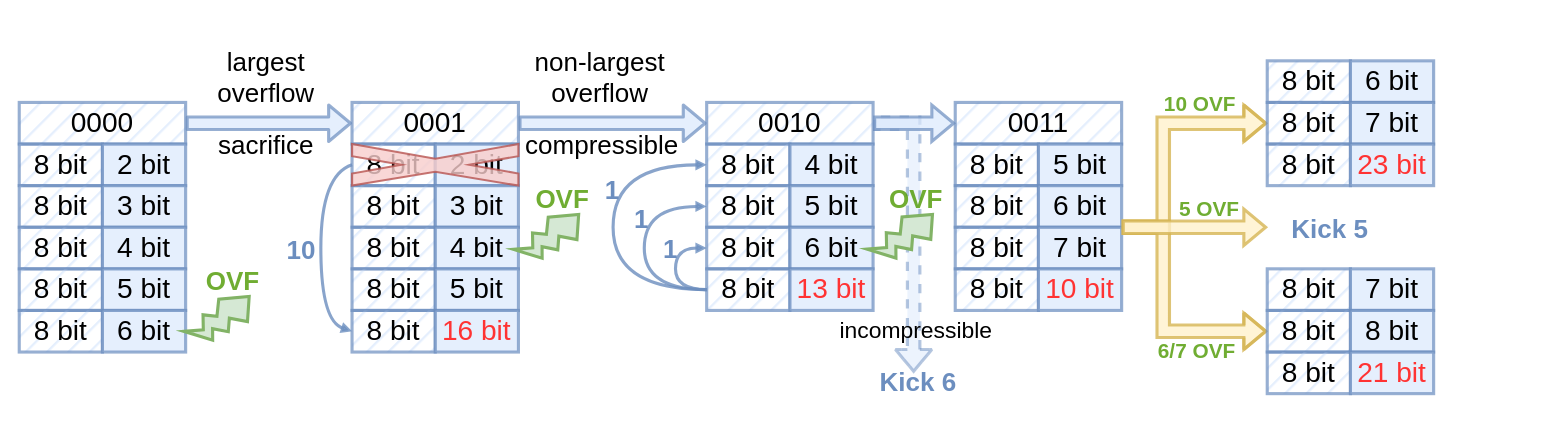
Before: page "running" (4 of 10) of EC.drawio in sql0316/hello-world, a draw.io diagram. Source tidied: cells renumbered, new cells numbered last; positions are measured from the earlier drawing's top-left corner, leaving out a move shared by most shapes. Both pictures are drawn from the tidied source at 104%, with x=0, y=0 at pixel (19, 40).
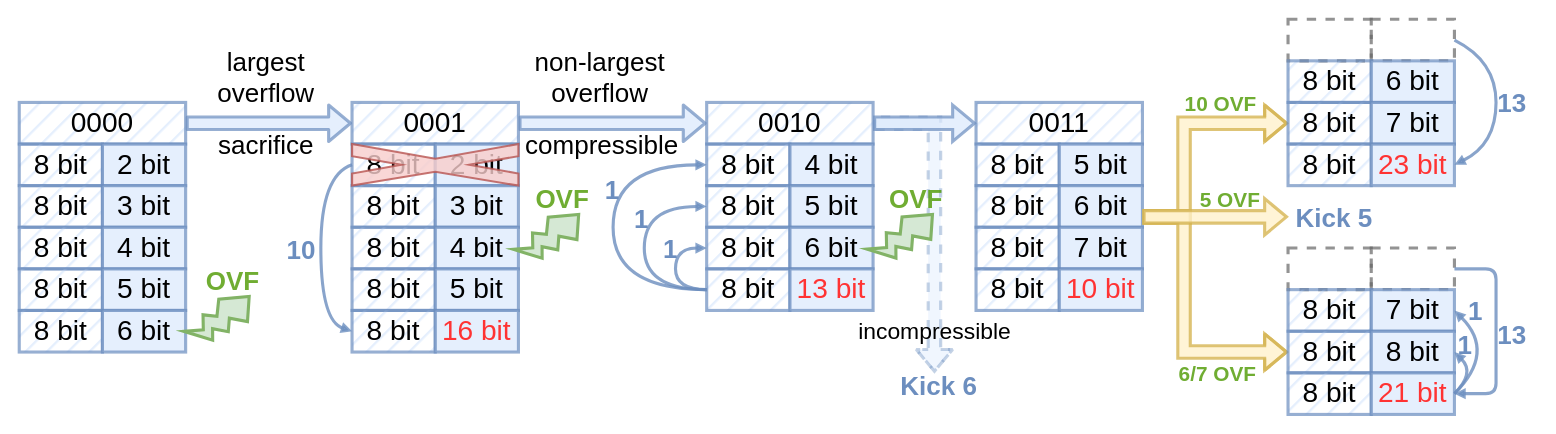
After the change.

Unchanged cells that the change refers to:
```xml
<mxCell id="29" value="&lt;font style=&quot;font-size: 27px;&quot;&gt;&lt;font style=&quot;font-size: 27px;&quot;&gt;0010&lt;/font&gt;&lt;br style=&quot;font-size: 27px;&quot;&gt;&lt;/font&gt;" style="rounded=0;whiteSpace=wrap;html=1;fontFamily=Helvetica;strokeWidth=3;fillColor=#dae8fc;strokeColor=#6c8ebf;fontSize=27;fillStyle=hatch;opacity=70;" parent="1" vertex="1">
  <mxGeometry x="661" y="60" width="160" height="40" as="geometry" />
</mxCell>
```

Change to the diagram source:
```diff
@@
+    <mxCell id="86" value="&lt;font style=&quot;font-size: 27px;&quot;&gt;&lt;br style=&quot;font-size: 27px;&quot;&gt;&lt;/font&gt;" style="rounded=0;whiteSpace=wrap;html=1;fontFamily=Helvetica;strokeWidth=3;fillColor=none;strokeColor=#666666;fontSize=27;fillStyle=hatch;opacity=70;fontColor=#333333;dashed=1;" parent="1" vertex="1">
+      <mxGeometry x="1220" y="200" width="80" height="40" as="geometry" />
+    </mxCell>
+    <mxCell id="87" value="&lt;font style=&quot;font-size: 27px;&quot;&gt;&lt;br style=&quot;font-size: 27px;&quot;&gt;&lt;/font&gt;" style="rounded=0;whiteSpace=wrap;html=1;fontFamily=Helvetica;strokeWidth=3;fillColor=none;strokeColor=#666666;fontSize=27;opacity=70;fontColor=#333333;dashed=1;" parent="1" vertex="1">
+      <mxGeometry x="1300" y="200" width="80" height="40" as="geometry" />
+    </mxCell>
+    <mxCell id="88" value="&lt;font style=&quot;font-size: 27px;&quot;&gt;&lt;br style=&quot;font-size: 27px;&quot;&gt;&lt;/font&gt;" style="rounded=0;whiteSpace=wrap;html=1;fontFamily=Helvetica;strokeWidth=3;fillColor=none;strokeColor=#666666;fontSize=27;fillStyle=hatch;opacity=70;fontColor=#333333;dashed=1;" parent="1" vertex="1">
+      <mxGeometry x="1220" y="-20" width="80" height="40" as="geometry" />
+    </mxCell>
+    <mxCell id="89" value="&lt;font style=&quot;font-size: 27px;&quot;&gt;&lt;br style=&quot;font-size: 27px;&quot;&gt;&lt;/font&gt;" style="rounded=0;whiteSpace=wrap;html=1;fontFamily=Helvetica;strokeWidth=3;fillColor=none;strokeColor=#666666;fontSize=27;opacity=70;fontColor=#333333;dashed=1;" parent="1" vertex="1">
+      <mxGeometry x="1300" y="-20" width="80" height="40" as="geometry" />
+    </mxCell>
-    <mxCell id="2" style="jettySize=auto;html=1;startArrow=none;startFill=0;endArrow=block;endFill=0;strokeColor=#6c8ebf;strokeWidth=3;fontStyle=1;jumpStyle=gap;jumpSize=10;rounded=0;fontFamily=Helvetica;fontSize=30;fillColor=#dae8fc;shape=flexArrow;gradientDirection=south;opacity=50;exitX=1;exitY=0.5;exitDx=0;exitDy=0;dashed=1;" parent="1" edge="1" source="29">
+    <mxCell id="2" style="jettySize=auto;html=1;startArrow=none;startFill=0;endArrow=block;endFill=0;strokeColor=#6c8ebf;strokeWidth=3;fontStyle=1;jumpStyle=gap;jumpSize=10;rounded=0;fontFamily=Helvetica;fontSize=30;fillColor=#dae8fc;shape=flexArrow;gradientDirection=south;opacity=40;exitX=1;exitY=0.5;exitDx=0;exitDy=0;dashed=1;" parent="1" edge="1" source="29">
       <mxGeometry relative="1" as="geometry">
-        <mxPoint x="860" y="320" as="targetPoint" />
+        <mxPoint x="880" y="320" as="targetPoint" />
         <Array as="points">
-          <mxPoint x="860" y="80" />
+          <mxPoint x="880" y="80" />
         </Array>
       </mxGeometry>
     </mxCell>
     <mxCell id="3" value="&lt;font style=&quot;font-size: 20px;&quot;&gt;5 OVF&lt;/font&gt;" style="text;html=1;align=center;verticalAlign=middle;fontStyle=1;fontFamily=Helvetica;fontSize=25;strokeWidth=3;fillColor=none;strokeColor=none;gradientColor=#97d077;gradientDirection=south;rotation=0;fontColor=#4D9900;textOpacity=80;" parent="1" vertex="1">
-      <mxGeometry x="1104" y="140" width="80" height="40" as="geometry" />
+      <mxGeometry x="1124" y="131" width="80" height="40" as="geometry" />
     </mxCell>
@@
     <mxCell id="54" value="&lt;font style=&quot;font-size: 27px;&quot;&gt;&lt;font style=&quot;font-size: 27px;&quot;&gt;0011&lt;/font&gt;&lt;br style=&quot;font-size: 27px;&quot;&gt;&lt;/font&gt;" style="rounded=0;whiteSpace=wrap;html=1;fontFamily=Helvetica;strokeWidth=3;fillColor=#dae8fc;strokeColor=#6c8ebf;fontSize=27;fillStyle=hatch;opacity=70;" parent="1" vertex="1">
-      <mxGeometry x="900" y="60" width="160" height="40" as="geometry" />
+      <mxGeometry x="920" y="60" width="160" height="40" as="geometry" />
     </mxCell>
     <mxCell id="55" value="&lt;font style=&quot;font-size: 27px;&quot;&gt;&lt;font style=&quot;font-size: 27px;&quot;&gt;8 bit&lt;/font&gt;&lt;br style=&quot;font-size: 27px;&quot;&gt;&lt;/font&gt;" style="rounded=0;whiteSpace=wrap;html=1;fontFamily=Helvetica;strokeWidth=3;fillColor=#dae8fc;strokeColor=#6c8ebf;fontSize=27;fillStyle=hatch;opacity=70;" parent="1" vertex="1">
-      <mxGeometry x="900" y="100" width="80" height="40" as="geometry" />
+      <mxGeometry x="920" y="100" width="80" height="40" as="geometry" />
     </mxCell>
     <mxCell id="56" value="&lt;font style=&quot;font-size: 27px;&quot;&gt;&lt;font style=&quot;font-size: 27px;&quot;&gt;5 bit&lt;/font&gt;&lt;br style=&quot;font-size: 27px;&quot;&gt;&lt;/font&gt;" style="rounded=0;whiteSpace=wrap;html=1;fontFamily=Helvetica;strokeWidth=3;fillColor=#dae8fc;strokeColor=#6c8ebf;fontSize=27;opacity=70;" parent="1" vertex="1">
-      <mxGeometry x="980" y="100" width="80" height="40" as="geometry" />
+      <mxGeometry x="1000" y="100" width="80" height="40" as="geometry" />
     </mxCell>
     <mxCell id="57" value="&lt;font style=&quot;font-size: 27px;&quot;&gt;&lt;font style=&quot;font-size: 27px;&quot;&gt;8 bit&lt;/font&gt;&lt;br style=&quot;font-size: 27px;&quot;&gt;&lt;/font&gt;" style="rounded=0;whiteSpace=wrap;html=1;fontFamily=Helvetica;strokeWidth=3;fillColor=#dae8fc;strokeColor=#6c8ebf;fontSize=27;fillStyle=hatch;opacity=70;" parent="1" vertex="1">
-      <mxGeometry x="900" y="140" width="80" height="40" as="geometry" />
+      <mxGeometry x="920" y="140" width="80" height="40" as="geometry" />
     </mxCell>
     <mxCell id="58" value="&lt;font style=&quot;font-size: 27px;&quot;&gt;6 bit&lt;br style=&quot;font-size: 27px;&quot;&gt;&lt;/font&gt;" style="rounded=0;whiteSpace=wrap;html=1;fontFamily=Helvetica;strokeWidth=3;fillColor=#dae8fc;strokeColor=#6c8ebf;fontSize=27;opacity=70;" parent="1" vertex="1">
-      <mxGeometry x="980" y="140" width="80" height="40" as="geometry" />
+      <mxGeometry x="1000" y="140" width="80" height="40" as="geometry" />
     </mxCell>
     <mxCell id="59" value="&lt;font style=&quot;font-size: 27px;&quot;&gt;&lt;font style=&quot;font-size: 27px;&quot;&gt;8 bit&lt;/font&gt;&lt;br style=&quot;font-size: 27px;&quot;&gt;&lt;/font&gt;" style="rounded=0;whiteSpace=wrap;html=1;fontFamily=Helvetica;strokeWidth=3;fillColor=#dae8fc;strokeColor=#6c8ebf;fontSize=27;fillStyle=hatch;opacity=70;" parent="1" vertex="1">
-      <mxGeometry x="900" y="180" width="80" height="40" as="geometry" />
+      <mxGeometry x="920" y="180" width="80" height="40" as="geometry" />
     </mxCell>
     <mxCell id="60" value="&lt;font style=&quot;font-size: 27px;&quot;&gt;&lt;font style=&quot;font-size: 27px;&quot;&gt;7 bit&lt;/font&gt;&lt;br style=&quot;font-size: 27px;&quot;&gt;&lt;/font&gt;" style="rounded=0;whiteSpace=wrap;html=1;fontFamily=Helvetica;strokeWidth=3;fillColor=#dae8fc;strokeColor=#6c8ebf;fontSize=27;opacity=70;" parent="1" vertex="1">
-      <mxGeometry x="980" y="180" width="80" height="40" as="geometry" />
+      <mxGeometry x="1000" y="180" width="80" height="40" as="geometry" />
     </mxCell>
     <mxCell id="61" value="&lt;font style=&quot;font-size: 27px;&quot;&gt;&lt;font style=&quot;font-size: 27px;&quot;&gt;8 bit&lt;/font&gt;&lt;br style=&quot;font-size: 27px;&quot;&gt;&lt;/font&gt;" style="rounded=0;whiteSpace=wrap;html=1;fontFamily=Helvetica;strokeWidth=3;fillColor=#dae8fc;strokeColor=#6c8ebf;fontSize=27;fillStyle=hatch;opacity=70;" parent="1" vertex="1">
-      <mxGeometry x="900" y="220" width="80" height="40" as="geometry" />
+      <mxGeometry x="920" y="220" width="80" height="40" as="geometry" />
     </mxCell>
     <mxCell id="62" value="&lt;font style=&quot;&quot;&gt;&lt;font color=&quot;#ff3333&quot; style=&quot;font-size: 27px;&quot;&gt;10 bit&lt;/font&gt;&lt;br style=&quot;font-size: 27px;&quot;&gt;&lt;/font&gt;" style="rounded=0;whiteSpace=wrap;html=1;fontFamily=Helvetica;strokeWidth=3;fillColor=#dae8fc;strokeColor=#6c8ebf;fontSize=27;opacity=70;" parent="1" vertex="1">
-      <mxGeometry x="980" y="220" width="80" height="40" as="geometry" />
+      <mxGeometry x="1000" y="220" width="80" height="40" as="geometry" />
     </mxCell>
-    <mxCell id="63" style="jettySize=auto;html=1;startArrow=none;startFill=0;endArrow=block;endFill=0;strokeColor=#d6b656;strokeWidth=3;fontStyle=1;jumpStyle=gap;jumpSize=10;rounded=0;fontFamily=Helvetica;fontSize=30;fillColor=#fff2cc;shape=flexArrow;gradientDirection=south;opacity=80;exitX=1;exitY=1;exitDx=0;exitDy=0;entryX=0;entryY=0.5;entryDx=0;entryDy=0;" parent="1" edge="1" source="58" target="71">
+    <mxCell id="63" style="jettySize=auto;html=1;startArrow=none;startFill=0;endArrow=block;endFill=0;strokeColor=#d6b656;strokeWidth=3;fontStyle=1;jumpStyle=gap;jumpSize=10;rounded=0;fontFamily=Helvetica;fontSize=30;fillColor=#fff2cc;shape=flexArrow;gradientDirection=south;opacity=80;exitX=1;exitY=0.75;exitDx=0;exitDy=0;entryX=0;entryY=0.5;entryDx=0;entryDy=0;" parent="1" edge="1" source="58" target="71">
       <mxGeometry relative="1" as="geometry">
         <Array as="points">
-          <mxPoint x="1100" y="180" />
-          <mxPoint x="1100" y="80" />
+          <mxPoint x="1120" y="170" />
+          <mxPoint x="1120" y="80" />
         </Array>
       </mxGeometry>
     </mxCell>
     <mxCell id="64" value="&lt;p style=&quot;margin-top: 0pt; margin-bottom: 0pt; margin-left: 0in;&quot;&gt;&lt;font style=&quot;font-weight: normal; font-size: 22px;&quot; color=&quot;#000000&quot;&gt;incompressible&lt;/font&gt;&lt;/p&gt;" style="text;html=1;align=center;verticalAlign=middle;fontStyle=1;fontFamily=Helvetica;fontSize=25;strokeWidth=3;fillColor=none;strokeColor=none;gradientColor=#97d077;gradientDirection=south;rotation=0;fontColor=#4D9900;" parent="1" vertex="1">
-      <mxGeometry x="777" y="258" width="170" height="40" as="geometry" />
+      <mxGeometry x="795" y="259" width="170" height="40" as="geometry" />
     </mxCell>
     <mxCell id="65" value="&lt;font color=&quot;#6c8ebf&quot; style=&quot;font-size: 25px;&quot;&gt;Kick 5&lt;/font&gt;" style="text;html=1;align=center;verticalAlign=middle;fontStyle=1;fontFamily=Helvetica;fontSize=30;strokeWidth=3;fillColor=none;strokeColor=none;gradientColor=#97d077;gradientDirection=south;rotation=0;fontColor=#4D9900;" parent="1" vertex="1">
-      <mxGeometry x="1210" y="154.9" width="100" height="50" as="geometry" />
+      <mxGeometry x="1214" y="144" width="100" height="50" as="geometry" />
     </mxCell>
@@
-    <mxCell id="68" style="jettySize=auto;html=1;startArrow=none;startFill=0;endArrow=block;endFill=0;strokeColor=#d6b656;strokeWidth=3;fontStyle=1;jumpStyle=gap;jumpSize=10;rounded=0;fontFamily=Helvetica;fontSize=30;fillColor=#fff2cc;shape=flexArrow;gradientDirection=south;opacity=80;exitX=1;exitY=0;exitDx=0;exitDy=0;entryX=0;entryY=0.5;entryDx=0;entryDy=0;" parent="1" edge="1" source="60" target="77">
+    <mxCell id="68" style="jettySize=auto;html=1;startArrow=none;startFill=0;endArrow=block;endFill=0;strokeColor=#d6b656;strokeWidth=3;fontStyle=1;jumpStyle=gap;jumpSize=10;rounded=0;fontFamily=Helvetica;fontSize=30;fillColor=#fff2cc;shape=flexArrow;gradientDirection=south;opacity=80;exitX=1;exitY=0.75;exitDx=0;exitDy=0;entryX=0;entryY=0.5;entryDx=0;entryDy=0;" parent="1" edge="1" source="58" target="77">
       <mxGeometry relative="1" as="geometry">
         <Array as="points">
-          <mxPoint x="1100" y="180" />
-          <mxPoint x="1100" y="280" />
+          <mxPoint x="1120" y="170" />
+          <mxPoint x="1120" y="300" />
         </Array>
       </mxGeometry>
     </mxCell>
     <mxCell id="69" value="&lt;font style=&quot;font-size: 27px;&quot;&gt;&lt;font style=&quot;font-size: 27px;&quot;&gt;8 bit&lt;/font&gt;&lt;br style=&quot;font-size: 27px;&quot;&gt;&lt;/font&gt;" style="rounded=0;whiteSpace=wrap;html=1;fontFamily=Helvetica;strokeWidth=3;fillColor=#dae8fc;strokeColor=#6c8ebf;fontSize=27;fillStyle=hatch;opacity=70;" parent="1" vertex="1">
-      <mxGeometry x="1200" y="20" width="80" height="40" as="geometry" />
+      <mxGeometry x="1220" y="20" width="80" height="40" as="geometry" />
     </mxCell>
     <mxCell id="70" value="&lt;font style=&quot;font-size: 27px;&quot;&gt;6 bit&lt;br style=&quot;font-size: 27px;&quot;&gt;&lt;/font&gt;" style="rounded=0;whiteSpace=wrap;html=1;fontFamily=Helvetica;strokeWidth=3;fillColor=#dae8fc;strokeColor=#6c8ebf;fontSize=27;opacity=70;" parent="1" vertex="1">
-      <mxGeometry x="1280" y="20" width="80" height="40" as="geometry" />
+      <mxGeometry x="1300" y="20" width="80" height="40" as="geometry" />
     </mxCell>
     <mxCell id="71" value="&lt;font style=&quot;font-size: 27px;&quot;&gt;&lt;font style=&quot;font-size: 27px;&quot;&gt;8 bit&lt;/font&gt;&lt;br style=&quot;font-size: 27px;&quot;&gt;&lt;/font&gt;" style="rounded=0;whiteSpace=wrap;html=1;fontFamily=Helvetica;strokeWidth=3;fillColor=#dae8fc;strokeColor=#6c8ebf;fontSize=27;fillStyle=hatch;opacity=70;" parent="1" vertex="1">
-      <mxGeometry x="1200" y="60" width="80" height="40" as="geometry" />
+      <mxGeometry x="1220" y="60" width="80" height="40" as="geometry" />
     </mxCell>
     <mxCell id="72" value="&lt;font style=&quot;font-size: 27px;&quot;&gt;&lt;font style=&quot;font-size: 27px;&quot;&gt;7 bit&lt;/font&gt;&lt;br style=&quot;font-size: 27px;&quot;&gt;&lt;/font&gt;" style="rounded=0;whiteSpace=wrap;html=1;fontFamily=Helvetica;strokeWidth=3;fillColor=#dae8fc;strokeColor=#6c8ebf;fontSize=27;opacity=70;" parent="1" vertex="1">
-      <mxGeometry x="1280" y="60" width="80" height="40" as="geometry" />
+      <mxGeometry x="1300" y="60" width="80" height="40" as="geometry" />
     </mxCell>
     <mxCell id="73" value="&lt;font style=&quot;font-size: 27px;&quot;&gt;&lt;font style=&quot;font-size: 27px;&quot;&gt;8 bit&lt;/font&gt;&lt;br style=&quot;font-size: 27px;&quot;&gt;&lt;/font&gt;" style="rounded=0;whiteSpace=wrap;html=1;fontFamily=Helvetica;strokeWidth=3;fillColor=#dae8fc;strokeColor=#6c8ebf;fontSize=27;fillStyle=hatch;opacity=70;" parent="1" vertex="1">
-      <mxGeometry x="1200" y="100" width="80" height="40" as="geometry" />
+      <mxGeometry x="1220" y="100" width="80" height="40" as="geometry" />
     </mxCell>
     <mxCell id="74" value="&lt;font style=&quot;&quot;&gt;&lt;font color=&quot;#ff3333&quot; style=&quot;font-size: 27px;&quot;&gt;23 bit&lt;/font&gt;&lt;br style=&quot;font-size: 27px;&quot;&gt;&lt;/font&gt;" style="rounded=0;whiteSpace=wrap;html=1;fontFamily=Helvetica;strokeWidth=3;fillColor=#dae8fc;strokeColor=#6c8ebf;fontSize=27;opacity=70;" parent="1" vertex="1">
-      <mxGeometry x="1280" y="100" width="80" height="40" as="geometry" />
+      <mxGeometry x="1300" y="100" width="80" height="40" as="geometry" />
     </mxCell>
     <mxCell id="75" value="&lt;font style=&quot;font-size: 27px;&quot;&gt;&lt;font style=&quot;font-size: 27px;&quot;&gt;8 bit&lt;/font&gt;&lt;br style=&quot;font-size: 27px;&quot;&gt;&lt;/font&gt;" style="rounded=0;whiteSpace=wrap;html=1;fontFamily=Helvetica;strokeWidth=3;fillColor=#dae8fc;strokeColor=#6c8ebf;fontSize=27;fillStyle=hatch;opacity=70;" parent="1" vertex="1">
-      <mxGeometry x="1200" y="220" width="80" height="40" as="geometry" />
+      <mxGeometry x="1220" y="240" width="80" height="40" as="geometry" />
     </mxCell>
     <mxCell id="76" value="&lt;font style=&quot;font-size: 27px;&quot;&gt;7 bit&lt;br style=&quot;font-size: 27px;&quot;&gt;&lt;/font&gt;" style="rounded=0;whiteSpace=wrap;html=1;fontFamily=Helvetica;strokeWidth=3;fillColor=#dae8fc;strokeColor=#6c8ebf;fontSize=27;opacity=70;" parent="1" vertex="1">
-      <mxGeometry x="1280" y="220" width="80" height="40" as="geometry" />
+      <mxGeometry x="1300" y="240" width="80" height="40" as="geometry" />
     </mxCell>
     <mxCell id="77" value="&lt;font style=&quot;font-size: 27px;&quot;&gt;&lt;font style=&quot;font-size: 27px;&quot;&gt;8 bit&lt;/font&gt;&lt;br style=&quot;font-size: 27px;&quot;&gt;&lt;/font&gt;" style="rounded=0;whiteSpace=wrap;html=1;fontFamily=Helvetica;strokeWidth=3;fillColor=#dae8fc;strokeColor=#6c8ebf;fontSize=27;fillStyle=hatch;opacity=70;" parent="1" vertex="1">
-      <mxGeometry x="1200" y="260" width="80" height="40" as="geometry" />
+      <mxGeometry x="1220" y="280" width="80" height="40" as="geometry" />
     </mxCell>
     <mxCell id="78" value="&lt;font style=&quot;font-size: 27px;&quot;&gt;&lt;font style=&quot;font-size: 27px;&quot;&gt;8 bit&lt;/font&gt;&lt;br style=&quot;font-size: 27px;&quot;&gt;&lt;/font&gt;" style="rounded=0;whiteSpace=wrap;html=1;fontFamily=Helvetica;strokeWidth=3;fillColor=#dae8fc;strokeColor=#6c8ebf;fontSize=27;opacity=70;" parent="1" vertex="1">
-      <mxGeometry x="1280" y="260" width="80" height="40" as="geometry" />
+      <mxGeometry x="1300" y="280" width="80" height="40" as="geometry" />
     </mxCell>
     <mxCell id="79" value="&lt;font style=&quot;font-size: 27px;&quot;&gt;&lt;font style=&quot;font-size: 27px;&quot;&gt;8 bit&lt;/font&gt;&lt;br style=&quot;font-size: 27px;&quot;&gt;&lt;/font&gt;" style="rounded=0;whiteSpace=wrap;html=1;fontFamily=Helvetica;strokeWidth=3;fillColor=#dae8fc;strokeColor=#6c8ebf;fontSize=27;fillStyle=hatch;opacity=70;" parent="1" vertex="1">
-      <mxGeometry x="1200" y="300" width="80" height="40" as="geometry" />
+      <mxGeometry x="1220" y="320" width="80" height="40" as="geometry" />
     </mxCell>
     <mxCell id="80" value="&lt;font style=&quot;&quot;&gt;&lt;font color=&quot;#ff3333&quot; style=&quot;font-size: 27px;&quot;&gt;21 bit&lt;/font&gt;&lt;br style=&quot;font-size: 27px;&quot;&gt;&lt;/font&gt;" style="rounded=0;whiteSpace=wrap;html=1;fontFamily=Helvetica;strokeWidth=3;fillColor=#dae8fc;strokeColor=#6c8ebf;fontSize=27;opacity=70;" parent="1" vertex="1">
-      <mxGeometry x="1280" y="300" width="80" height="40" as="geometry" />
+      <mxGeometry x="1300" y="320" width="80" height="40" as="geometry" />
     </mxCell>
     <mxCell id="81" value="&lt;font style=&quot;font-size: 20px;&quot;&gt;10 OVF&lt;/font&gt;" style="text;html=1;align=center;verticalAlign=middle;fontStyle=1;fontFamily=Helvetica;fontSize=25;strokeWidth=3;fillColor=none;strokeColor=none;gradientColor=#97d077;gradientDirection=south;rotation=0;fontColor=#4D9900;textOpacity=80;" parent="1" vertex="1">
-      <mxGeometry x="1090" y="39" width="90" height="40" as="geometry" />
+      <mxGeometry x="1110" y="39" width="90" height="40" as="geometry" />
     </mxCell>
-    <mxCell id="82" style="jettySize=auto;html=1;startArrow=none;startFill=0;endArrow=block;endFill=0;strokeColor=#d6b656;strokeWidth=3;fontStyle=1;jumpStyle=gap;jumpSize=10;rounded=0;fontFamily=Helvetica;fontSize=30;fillColor=#fff2cc;shape=flexArrow;gradientDirection=south;opacity=80;exitX=1;exitY=0;exitDx=0;exitDy=0;" parent="1" edge="1" source="60">
+    <mxCell id="82" style="jettySize=auto;html=1;startArrow=none;startFill=0;endArrow=block;endFill=0;strokeColor=#d6b656;strokeWidth=3;fontStyle=1;jumpStyle=gap;jumpSize=10;rounded=0;fontFamily=Helvetica;fontSize=30;fillColor=#fff2cc;shape=flexArrow;gradientDirection=south;opacity=80;exitX=1;exitY=0.75;exitDx=0;exitDy=0;" parent="1" edge="1" source="58">
       <mxGeometry relative="1" as="geometry">
-        <mxPoint x="1200" y="180" as="targetPoint" />
+        <mxPoint x="1220" y="170" as="targetPoint" />
       </mxGeometry>
     </mxCell>
     <mxCell id="83" value="&lt;font style=&quot;font-size: 20px;&quot;&gt;6/7 OVF&lt;/font&gt;" style="text;html=1;align=center;verticalAlign=middle;fontStyle=1;fontFamily=Helvetica;fontSize=25;strokeWidth=3;fillColor=none;strokeColor=none;gradientColor=#97d077;gradientDirection=south;rotation=0;fontColor=#4D9900;textOpacity=80;" parent="1" vertex="1">
-      <mxGeometry x="1082" y="276" width="100" height="40" as="geometry" />
+      <mxGeometry x="1102" y="298" width="100" height="40" as="geometry" />
     </mxCell>
     <mxCell id="84" value="&lt;font color=&quot;#6c8ebf&quot; style=&quot;font-size: 25px;&quot;&gt;Kick 6&lt;/font&gt;" style="text;html=1;align=center;verticalAlign=middle;fontStyle=1;fontFamily=Helvetica;fontSize=25;strokeWidth=3;fillColor=none;strokeColor=none;gradientColor=#97d077;gradientDirection=south;rotation=0;fontColor=#4D9900;spacing=0;" parent="1" vertex="1">
-      <mxGeometry x="819" y="308" width="90" height="40" as="geometry" />
+      <mxGeometry x="839" y="312" width="90" height="40" as="geometry" />
     </mxCell>
@@
+    <mxCell id="90" style="jettySize=auto;html=1;strokeWidth=3;fontStyle=1;fontFamily=Helvetica;fontSize=30;entryX=1;entryY=0.5;entryDx=0;entryDy=0;endArrow=block;endFill=1;fillColor=#dae8fc;strokeColor=#6c8ebf;opacity=80;curved=1;endSize=3;exitX=1;exitY=0.5;exitDx=0;exitDy=0;" parent="1" edge="1" source="89" target="74">
+      <mxGeometry relative="1" as="geometry">
+        <Array as="points">
+          <mxPoint x="1420" y="20" />
+          <mxPoint x="1420" y="100" />
+        </Array>
+      </mxGeometry>
+    </mxCell>
+    <mxCell id="91" value="&lt;font color=&quot;#6c8ebf&quot; style=&quot;font-size: 25px;&quot;&gt;13&lt;/font&gt;" style="text;html=1;align=center;verticalAlign=middle;fontStyle=1;fontFamily=Helvetica;fontSize=25;strokeWidth=3;fillColor=none;strokeColor=none;gradientColor=#97d077;gradientDirection=south;rotation=0;fontColor=#4D9900;" parent="1" vertex="1">
+      <mxGeometry x="1410" y="40" width="50" height="40" as="geometry" />
+    </mxCell>
+    <mxCell id="92" style="jettySize=auto;html=1;strokeWidth=3;fontStyle=1;fontFamily=Helvetica;fontSize=30;endArrow=block;endFill=1;fillColor=#dae8fc;strokeColor=#6c8ebf;opacity=80;endSize=3;exitX=1;exitY=0.5;exitDx=0;exitDy=0;entryX=1;entryY=0.5;entryDx=0;entryDy=0;rounded=1;" parent="1" edge="1" source="87" target="80">
+      <mxGeometry relative="1" as="geometry">
+        <Array as="points">
+          <mxPoint x="1420" y="220" />
+          <mxPoint x="1420" y="340" />
+        </Array>
+      </mxGeometry>
+    </mxCell>
+    <mxCell id="93" value="&lt;font color=&quot;#6c8ebf&quot; style=&quot;font-size: 25px;&quot;&gt;13&lt;/font&gt;" style="text;html=1;align=center;verticalAlign=middle;fontStyle=1;fontFamily=Helvetica;fontSize=25;strokeWidth=3;fillColor=none;strokeColor=none;gradientColor=#97d077;gradientDirection=south;rotation=0;fontColor=#4D9900;" parent="1" vertex="1">
+      <mxGeometry x="1410" y="263" width="50" height="40" as="geometry" />
+    </mxCell>
+    <mxCell id="94" style="jettySize=auto;html=1;strokeWidth=3;fontStyle=1;fontFamily=Helvetica;fontSize=30;entryX=1;entryY=0.5;entryDx=0;entryDy=0;endArrow=block;endFill=1;fillColor=#dae8fc;strokeColor=#6c8ebf;opacity=80;exitX=1;exitY=0.5;exitDx=0;exitDy=0;curved=1;endSize=3;" parent="1" edge="1" source="80" target="78">
+      <mxGeometry relative="1" as="geometry">
+        <Array as="points">
+          <mxPoint x="1400" y="320" />
+        </Array>
+      </mxGeometry>
+    </mxCell>
+    <mxCell id="95" style="jettySize=auto;html=1;strokeWidth=3;fontStyle=1;fontFamily=Helvetica;fontSize=30;entryX=1;entryY=0.5;entryDx=0;entryDy=0;endArrow=block;endFill=1;fillColor=#dae8fc;strokeColor=#6c8ebf;opacity=80;exitX=1;exitY=0.5;exitDx=0;exitDy=0;curved=1;endSize=3;" parent="1" edge="1" source="80" target="76">
+      <mxGeometry relative="1" as="geometry">
+        <Array as="points">
+          <mxPoint x="1420" y="300" />
+        </Array>
+      </mxGeometry>
+    </mxCell>
+    <mxCell id="96" value="&lt;font color=&quot;#6c8ebf&quot; style=&quot;font-size: 25px;&quot;&gt;1&lt;/font&gt;" style="text;html=1;align=center;verticalAlign=middle;fontStyle=1;fontFamily=Helvetica;fontSize=25;strokeWidth=3;fillColor=none;strokeColor=none;gradientColor=#97d077;gradientDirection=south;rotation=0;fontColor=#4D9900;" parent="1" vertex="1">
+      <mxGeometry x="1380" y="240" width="40" height="40" as="geometry" />
+    </mxCell>
+    <mxCell id="97" value="&lt;font color=&quot;#6c8ebf&quot; style=&quot;font-size: 25px;&quot;&gt;1&lt;/font&gt;" style="text;html=1;align=center;verticalAlign=middle;fontStyle=1;fontFamily=Helvetica;fontSize=25;strokeWidth=3;fillColor=none;strokeColor=none;gradientColor=#97d077;gradientDirection=south;rotation=0;fontColor=#4D9900;" parent="1" vertex="1">
+      <mxGeometry x="1370" y="272" width="40" height="40" as="geometry" />
+    </mxCell>
```
